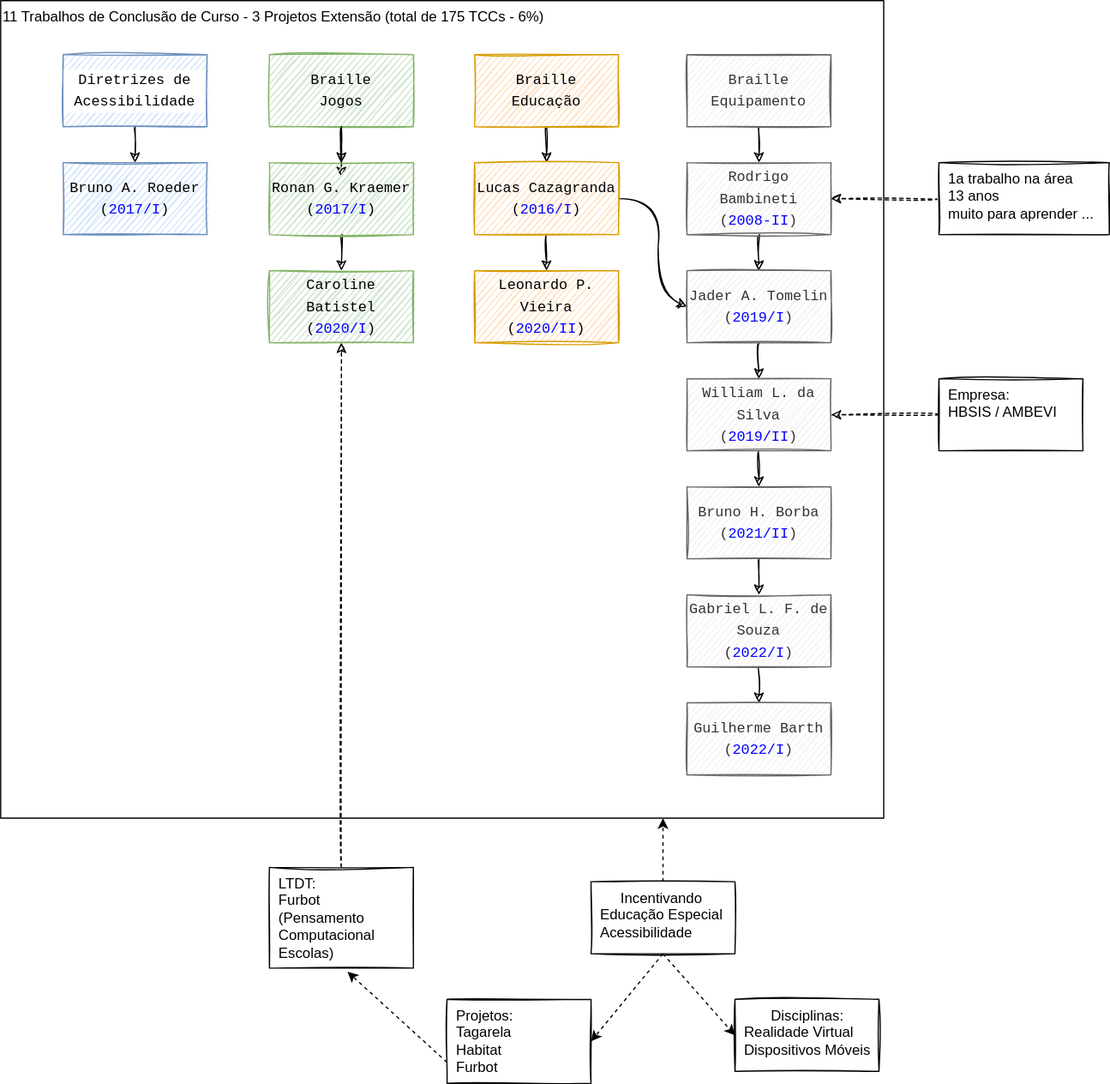
The draw.io diagram imgs/Braille_VisaoGeral.drawio.svg in dalton-reis/programa_EducacaoEspecial, before a commit. Source tidied: cells renumbered, new cells last; positions are measured from the earlier drawing's top-left corner, leaving out a move shared by most shapes.
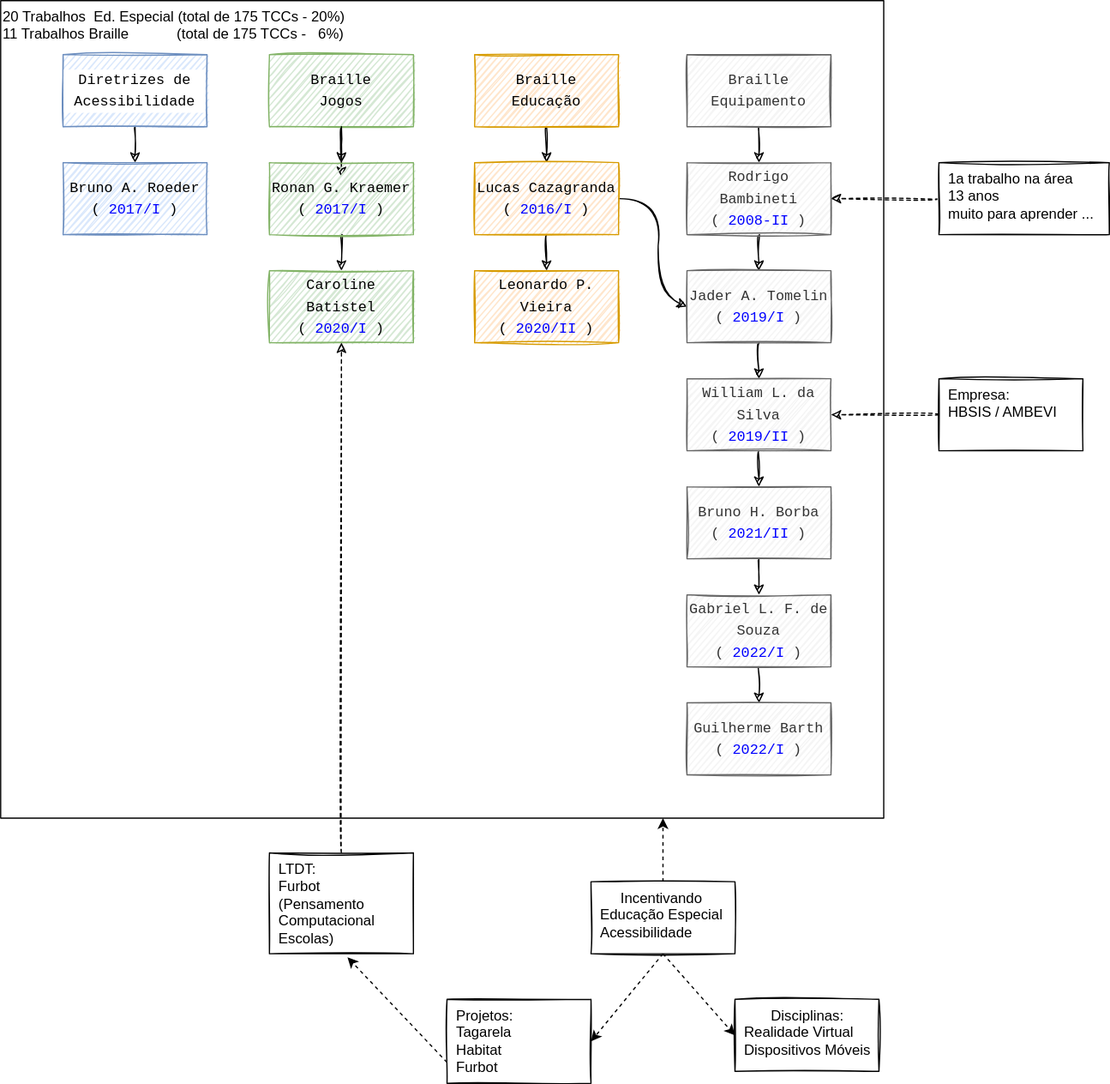
The same file after the commit.

Change to the diagram source:
```diff
@@ -2,7 +2,7 @@
   <root>
     <mxCell id="0" />
     <mxCell id="1" parent="0" />
-    <mxCell id="2" value="11 Trabalhos de Conclusão de Curso - 3 Projetos Extensão (total de 175 TCCs - 6%)" style="whiteSpace=wrap;html=1;sketch=1;align=left;verticalAlign=top;" parent="1" vertex="1">
+    <mxCell id="2" value="20 Trabalhos&amp;nbsp; Ed. Especial (total de 175 TCCs - 20%)&lt;br&gt;11 Trabalhos Braille&amp;nbsp; &amp;nbsp; &amp;nbsp; &amp;nbsp; &amp;nbsp; &amp;nbsp; (total de 175 TCCs -&amp;nbsp; &amp;nbsp;6%)" style="whiteSpace=wrap;html=1;sketch=1;align=left;verticalAlign=top;" parent="1" vertex="1">
       <mxGeometry width="736" height="681" as="geometry" />
     </mxCell>
     <mxCell id="3" style="edgeStyle=none;curved=1;sketch=1;html=1;exitX=0.5;exitY=1;exitDx=0;exitDy=0;entryX=0.5;entryY=0;entryDx=0;entryDy=0;" parent="1" edge="1" source="4" target="5">
@@ -85,7 +85,7 @@
       <mxGeometry relative="1" as="geometry" />
     </mxCell>
     <mxCell id="27" value="LTDT:&lt;br&gt;Furbot&amp;nbsp;&lt;br&gt;(Pensamento Computacional&lt;br&gt;Escolas)" style="whiteSpace=wrap;html=1;sketch=1;verticalAlign=top;align=left;spacingLeft=6;" parent="1" vertex="1">
-      <mxGeometry x="224" y="722" width="120" height="84" as="geometry" />
+      <mxGeometry x="224" y="710" width="120" height="84" as="geometry" />
     </mxCell>
     <mxCell id="28" style="edgeStyle=none;curved=1;sketch=1;html=1;exitX=0;exitY=0.5;exitDx=0;exitDy=0;entryX=1;entryY=0.5;entryDx=0;entryDy=0;dashed=1;" parent="1" edge="1" source="29" target="25">
       <mxGeometry relative="1" as="geometry" />
```
